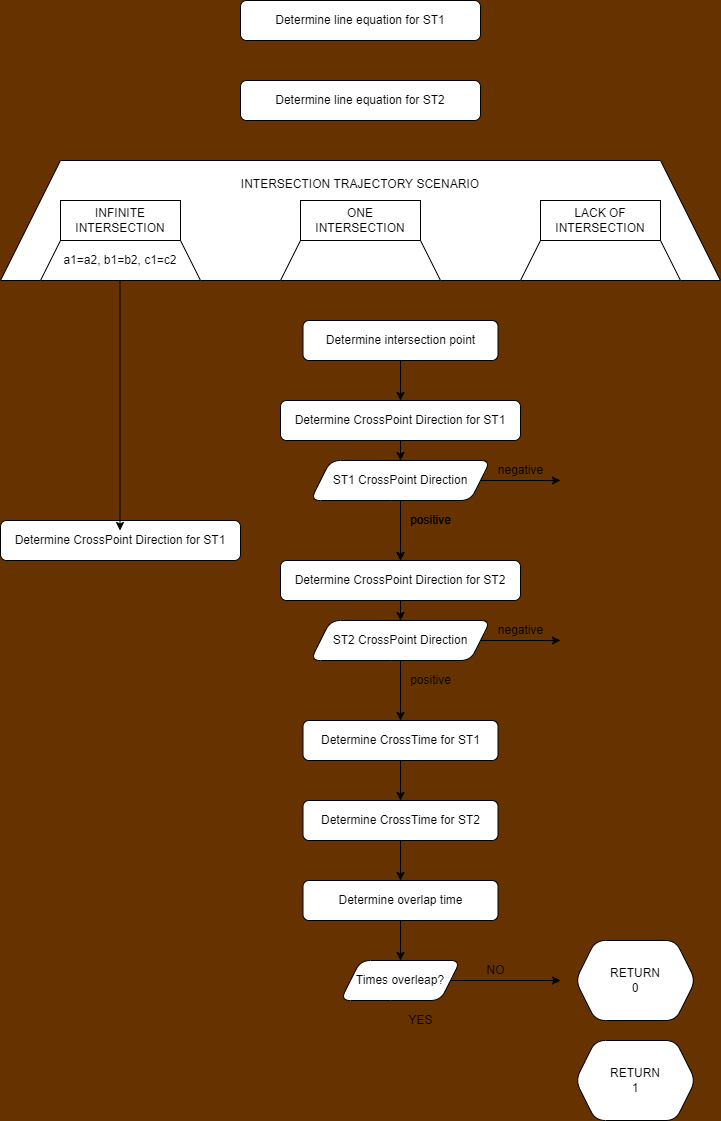
Above: test.drawio.png in bajraan/MWP3_2C1---Stonogi (draw.io), before the change. Source tidied: cells renumbered, new cells last; positions are measured from the earlier drawing's top-left corner, leaving out a move shared by most shapes.
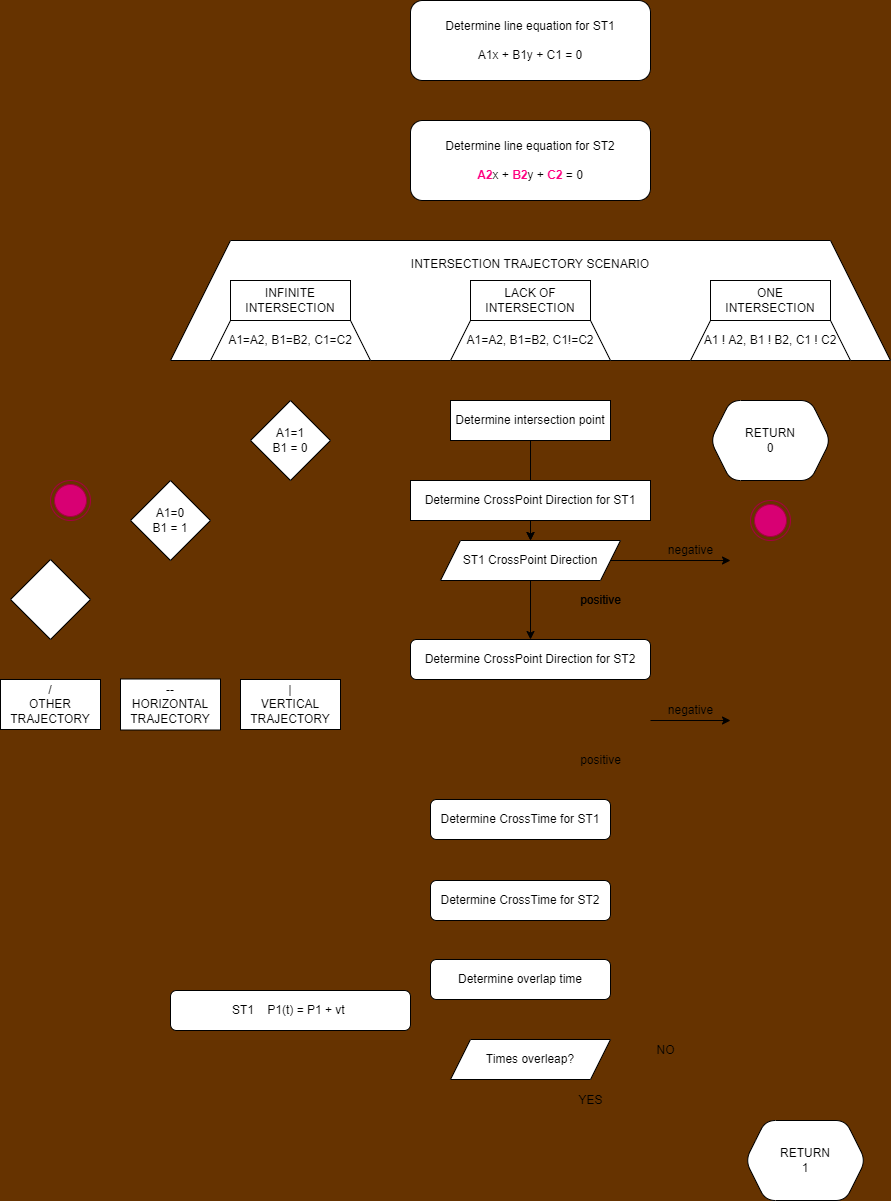
Later version of the same file.

The edit, as a diff of the source:
```diff
@@ -2,48 +2,29 @@
   <root>
     <mxCell id="0" />
     <mxCell id="1" parent="0" />
-    <mxCell id="2" value="Determine line equation for ST1" style="whiteSpace=wrap;html=1;rounded=1;" parent="1" vertex="1">
-      <mxGeometry x="240" width="240" height="40" as="geometry" />
+    <mxCell id="2" value="Determine line equation for ST1&lt;br&gt;&lt;br&gt;A1x + B1y + C1 = 0" style="whiteSpace=wrap;html=1;rounded=1;" parent="1" vertex="1">
+      <mxGeometry x="240" y="-80" width="240" height="80" as="geometry" />
     </mxCell>
-    <mxCell id="3" value="Determine line equation for ST2" style="whiteSpace=wrap;html=1;rounded=1;" parent="1" vertex="1">
-      <mxGeometry x="240" y="80" width="240" height="40" as="geometry" />
+    <mxCell id="3" value="Determine line equation for ST2&lt;br&gt;&lt;br&gt;&lt;b&gt;&lt;font color=&quot;#ff0080&quot;&gt;A2&lt;/font&gt;&lt;/b&gt;x + &lt;b&gt;&lt;font color=&quot;#ff0080&quot;&gt;B2&lt;/font&gt;&lt;/b&gt;y + &lt;b&gt;&lt;font color=&quot;#ff0080&quot;&gt;C2&lt;/font&gt;&lt;/b&gt; = 0" style="whiteSpace=wrap;html=1;rounded=1;" parent="1" vertex="1">
+      <mxGeometry x="240" y="40" width="240" height="80" as="geometry" />
     </mxCell>
-    <mxCell id="4" style="edgeStyle=none;html=1;entryX=0.5;entryY=0;entryDx=0;entryDy=0;" parent="1" edge="1" source="5" target="19">
-      <mxGeometry relative="1" as="geometry" />
-    </mxCell>
+    <mxCell id="43" style="edgeStyle=none;html=1;fontColor=#FF0080;" parent="1" edge="1" source="5" target="22">
+      <mxGeometry relative="1" as="geometry" />
+    </mxCell>
-    <mxCell id="5" value="Determine intersection point" style="whiteSpace=wrap;html=1;rounded=1;" parent="1" vertex="1">
-      <mxGeometry x="302.5" y="320" width="195" height="40" as="geometry" />
+    <mxCell id="5" value="Determine intersection point" style="whiteSpace=wrap;html=1;rounded=0;" parent="1" vertex="1">
+      <mxGeometry x="280" y="320" width="160" height="40" as="geometry" />
     </mxCell>
-    <mxCell id="6" style="edgeStyle=none;html=1;" parent="1" edge="1" source="7" target="9">
-      <mxGeometry relative="1" as="geometry" />
-    </mxCell>
     <mxCell id="7" value="Determine CrossTime for ST1" style="whiteSpace=wrap;html=1;rounded=1;" parent="1" vertex="1">
-      <mxGeometry x="302.5" y="720" width="195" height="40" as="geometry" />
+      <mxGeometry x="260" y="719" width="180" height="40" as="geometry" />
     </mxCell>
-    <mxCell id="8" style="edgeStyle=none;html=1;" parent="1" edge="1" source="9" target="10">
-      <mxGeometry relative="1" as="geometry" />
-    </mxCell>
     <mxCell id="9" value="Determine CrossTime for ST2" style="whiteSpace=wrap;html=1;rounded=1;" parent="1" vertex="1">
-      <mxGeometry x="302.5" y="800" width="195" height="40" as="geometry" />
+      <mxGeometry x="260" y="800" width="180" height="40" as="geometry" />
     </mxCell>
     <mxCell id="10" value="Determine overlap time" style="whiteSpace=wrap;html=1;rounded=1;" parent="1" vertex="1">
-      <mxGeometry x="302.5" y="880" width="195" height="40" as="geometry" />
+      <mxGeometry x="260" y="879" width="180" height="40" as="geometry" />
     </mxCell>
-    <mxCell id="11" style="edgeStyle=none;html=1;" parent="1" edge="1" target="13">
-      <mxGeometry relative="1" as="geometry">
-        <mxPoint x="400" y="920" as="sourcePoint" />
-      </mxGeometry>
-    </mxCell>
-    <mxCell id="12" style="edgeStyle=none;html=1;" parent="1" edge="1" source="13">
-      <mxGeometry relative="1" as="geometry">
-        <mxPoint x="560" y="980" as="targetPoint" />
-      </mxGeometry>
-    </mxCell>
-    <mxCell id="13" value="Times overleap?" style="shape=parallelogram;perimeter=parallelogramPerimeter;whiteSpace=wrap;html=1;fixedSize=1;rounded=1;" parent="1" vertex="1">
-      <mxGeometry x="340" y="960" width="120" height="40" as="geometry" />
-    </mxCell>
     <mxCell id="14" value="RETURN&lt;br&gt;0" style="shape=hexagon;perimeter=hexagonPerimeter2;whiteSpace=wrap;html=1;fixedSize=1;rounded=1;" parent="1" vertex="1">
-      <mxGeometry x="575" y="940" width="120" height="80" as="geometry" />
+      <mxGeometry x="540" y="320" width="120" height="80" as="geometry" />
     </mxCell>
     <mxCell id="15" value="RETURN&lt;br&gt;1" style="shape=hexagon;perimeter=hexagonPerimeter2;whiteSpace=wrap;html=1;fixedSize=1;rounded=1;" parent="1" vertex="1">
       <mxGeometry x="575" y="1040" width="120" height="80" as="geometry" />
@@ -57,8 +38,8 @@
     <mxCell id="18" style="edgeStyle=none;html=1;entryX=0.5;entryY=0;entryDx=0;entryDy=0;" parent="1" edge="1" source="19" target="22">
       <mxGeometry relative="1" as="geometry" />
     </mxCell>
-    <mxCell id="19" value="Determine CrossPoint Direction for ST1" style="whiteSpace=wrap;html=1;rounded=1;" parent="1" vertex="1">
-      <mxGeometry x="280" y="400" width="240" height="40" as="geometry" />
+    <mxCell id="19" value="Determine CrossPoint Direction for ST1" style="whiteSpace=wrap;html=1;rounded=0;fillColor=default;" parent="1" vertex="1">
+      <mxGeometry x="240" y="400" width="240" height="40" as="geometry" />
     </mxCell>
     <mxCell id="20" style="edgeStyle=none;html=1;" parent="1" edge="1" source="22">
       <mxGeometry relative="1" as="geometry">
@@ -68,17 +49,14 @@
     <mxCell id="21" style="edgeStyle=none;html=1;entryX=0.5;entryY=0;entryDx=0;entryDy=0;" parent="1" edge="1" source="22" target="24">
       <mxGeometry relative="1" as="geometry" />
     </mxCell>
-    <mxCell id="22" value="ST1 CrossPoint Direction" style="shape=parallelogram;perimeter=parallelogramPerimeter;whiteSpace=wrap;html=1;fixedSize=1;rounded=1;" parent="1" vertex="1">
-      <mxGeometry x="310" y="460" width="180" height="40" as="geometry" />
+    <mxCell id="22" value="ST1 CrossPoint Direction" style="shape=parallelogram;perimeter=parallelogramPerimeter;whiteSpace=wrap;html=1;fixedSize=1;rounded=0;" parent="1" vertex="1">
+      <mxGeometry x="270" y="460" width="180" height="40" as="geometry" />
     </mxCell>
-    <mxCell id="23" style="edgeStyle=none;html=1;entryX=0.5;entryY=0;entryDx=0;entryDy=0;" parent="1" edge="1" source="24" target="25">
-      <mxGeometry relative="1" as="geometry" />
-    </mxCell>
     <mxCell id="24" value="Determine CrossPoint Direction for ST2" style="whiteSpace=wrap;html=1;rounded=1;" parent="1" vertex="1">
-      <mxGeometry x="280" y="560" width="240" height="40" as="geometry" />
+      <mxGeometry x="240" y="559" width="240" height="40" as="geometry" />
     </mxCell>
-    <mxCell id="25" value="ST2 CrossPoint Direction" style="shape=parallelogram;perimeter=parallelogramPerimeter;whiteSpace=wrap;html=1;fixedSize=1;rounded=1;" parent="1" vertex="1">
-      <mxGeometry x="310" y="620" width="180" height="40" as="geometry" />
+    <mxCell id="25" value="Times overleap?" style="shape=parallelogram;perimeter=parallelogramPerimeter;whiteSpace=wrap;html=1;fixedSize=1;rounded=0;size=20;" parent="1" vertex="1">
+      <mxGeometry x="280" y="959" width="160" height="40" as="geometry" />
     </mxCell>
     <mxCell id="26" value="negative" style="text;html=1;align=center;verticalAlign=middle;fillColor=none;strokeColor=none;rounded=0;" parent="1" vertex="1">
       <mxGeometry x="490" y="460" width="60" height="20" as="geometry" />
@@ -89,12 +67,6 @@
     <mxCell id="28" value="positive" style="text;html=1;align=center;verticalAlign=middle;fillColor=none;strokeColor=none;rounded=0;" parent="1" vertex="1">
       <mxGeometry x="400" y="510" width="60" height="20" as="geometry" />
     </mxCell>
-    <mxCell id="29" style="edgeStyle=none;html=1;entryX=0.5;entryY=0;entryDx=0;entryDy=0;" parent="1" edge="1">
-      <mxGeometry relative="1" as="geometry">
-        <mxPoint x="400" y="500" as="sourcePoint" />
-        <mxPoint x="400" y="560" as="targetPoint" />
-      </mxGeometry>
-    </mxCell>
     <mxCell id="30" style="edgeStyle=none;html=1;" parent="1" edge="1">
       <mxGeometry relative="1" as="geometry">
         <mxPoint x="480" y="640" as="sourcePoint" />
@@ -107,41 +79,53 @@
     <mxCell id="32" value="positive" style="text;html=1;align=center;verticalAlign=middle;fillColor=none;strokeColor=none;rounded=0;" parent="1" vertex="1">
       <mxGeometry x="400" y="670" width="60" height="20" as="geometry" />
     </mxCell>
-    <mxCell id="33" style="edgeStyle=none;html=1;entryX=0.5;entryY=0;entryDx=0;entryDy=0;" parent="1" edge="1">
-      <mxGeometry relative="1" as="geometry">
-        <mxPoint x="400" y="660" as="sourcePoint" />
-        <mxPoint x="400" y="720" as="targetPoint" />
-      </mxGeometry>
-    </mxCell>
     <mxCell id="34" value="INTERSECTION TRAJECTORY SCENARIO&lt;br&gt;&lt;br&gt;&lt;br&gt;&lt;br&gt;&lt;br&gt;&lt;br&gt;" style="shape=trapezoid;perimeter=trapezoidPerimeter;whiteSpace=wrap;html=1;fixedSize=1;size=60;" parent="1" vertex="1">
       <mxGeometry y="160" width="720" height="120" as="geometry" />
     </mxCell>
-    <mxCell id="35" value="Determine CrossPoint Direction for ST1" style="whiteSpace=wrap;html=1;rounded=1;" parent="1" vertex="1">
-      <mxGeometry y="520" width="240" height="40" as="geometry" />
-    </mxCell>
-    <mxCell id="36" value="a1=a2, b1=b2, c1=c2" style="shape=trapezoid;perimeter=trapezoidPerimeter;whiteSpace=wrap;html=1;fixedSize=1;" parent="1" vertex="1">
+    <mxCell id="36" value="A1=A2, B1=B2, C1=C2" style="shape=trapezoid;perimeter=trapezoidPerimeter;whiteSpace=wrap;html=1;fixedSize=1;" parent="1" vertex="1">
       <mxGeometry x="40" y="240" width="160" height="40" as="geometry" />
     </mxCell>
-    <mxCell id="37" style="shape=trapezoid;perimeter=trapezoidPerimeter;whiteSpace=wrap;html=1;fixedSize=1;" parent="1" vertex="1">
+    <mxCell id="37" value="&lt;span&gt;A1=A2, B1=B2, C1!=C2&lt;/span&gt;" style="shape=trapezoid;perimeter=trapezoidPerimeter;whiteSpace=wrap;html=1;fixedSize=1;" parent="1" vertex="1">
       <mxGeometry x="280" y="240" width="160" height="40" as="geometry" />
     </mxCell>
-    <mxCell id="38" style="shape=trapezoid;perimeter=trapezoidPerimeter;whiteSpace=wrap;html=1;fixedSize=1;" parent="1" vertex="1">
+    <mxCell id="38" value="&lt;span&gt;A1 ! A2, B1 ! B2, C1 ! C2&lt;/span&gt;" style="shape=trapezoid;perimeter=trapezoidPerimeter;whiteSpace=wrap;html=1;fixedSize=1;" parent="1" vertex="1">
       <mxGeometry x="520" y="240" width="160" height="40" as="geometry" />
     </mxCell>
     <mxCell id="39" value="INFINITE INTERSECTION" style="rounded=0;whiteSpace=wrap;html=1;" parent="1" vertex="1">
       <mxGeometry x="60" y="200" width="120" height="40" as="geometry" />
     </mxCell>
     <mxCell id="40" value="ONE INTERSECTION" style="rounded=0;whiteSpace=wrap;html=1;" parent="1" vertex="1">
-      <mxGeometry x="300" y="200" width="120" height="40" as="geometry" />
+      <mxGeometry x="540" y="200" width="120" height="40" as="geometry" />
     </mxCell>
     <mxCell id="41" value="LACK OF INTERSECTION" style="rounded=0;whiteSpace=wrap;html=1;" parent="1" vertex="1">
-      <mxGeometry x="540" y="200" width="120" height="40" as="geometry" />
+      <mxGeometry x="300" y="200" width="120" height="40" as="geometry" />
     </mxCell>
-    <mxCell id="42" style="edgeStyle=none;html=1;exitX=0.75;exitY=1;exitDx=0;exitDy=0;" parent="1" edge="1">
-      <mxGeometry relative="1" as="geometry">
-        <mxPoint x="119.5" y="280" as="sourcePoint" />
-        <mxPoint x="119.5" y="530" as="targetPoint" />
-      </mxGeometry>
-    </mxCell>
+    <mxCell id="35" value="ST1&amp;nbsp; &amp;nbsp; P1(t) = P1 + vt&amp;nbsp;" style="whiteSpace=wrap;html=1;rounded=1;" parent="1" vertex="1">
+      <mxGeometry y="910" width="240" height="40" as="geometry" />
+    </mxCell>
+    <mxCell id="44" value="|&lt;br&gt;VERTICAL TRAJECTORY" style="shape=rectangular;perimeter=hexagonPerimeter2;whiteSpace=wrap;html=1;fixedSize=1;" parent="1" vertex="1">
+      <mxGeometry x="70" y="599" width="100" height="50" as="geometry" />
+    </mxCell>
+    <mxCell id="45" value="--&lt;br&gt;HORIZONTAL TRAJECTORY" style="shape=rectangular;perimeter=hexagonPerimeter2;whiteSpace=wrap;html=1;fixedSize=1;" parent="1" vertex="1">
+      <mxGeometry x="-50" y="598.5" width="100" height="51" as="geometry" />
+    </mxCell>
+    <mxCell id="46" value="/&lt;br&gt;OTHER TRAJECTORY" style="shape=rectangular;perimeter=hexagonPerimeter2;whiteSpace=wrap;html=1;fixedSize=1;" parent="1" vertex="1">
+      <mxGeometry x="-170" y="599" width="100" height="50" as="geometry" />
+    </mxCell>
+    <mxCell id="47" value="A1=1&lt;br&gt;B1 = 0&lt;br&gt;" style="rhombus;whiteSpace=wrap;html=1;" parent="1" vertex="1">
+      <mxGeometry x="80" y="320" width="80" height="80" as="geometry" />
+    </mxCell>
+    <mxCell id="48" value="&lt;span&gt;A1=0&lt;/span&gt;&lt;br&gt;&lt;span&gt;B1 = 1&lt;/span&gt;" style="rhombus;whiteSpace=wrap;html=1;" parent="1" vertex="1">
+      <mxGeometry x="-40" y="400" width="80" height="80" as="geometry" />
+    </mxCell>
+    <mxCell id="49" style="rhombus;whiteSpace=wrap;html=1;" parent="1" vertex="1">
+      <mxGeometry x="-160" y="479" width="80" height="80" as="geometry" />
+    </mxCell>
+    <mxCell id="50" style="ellipse;html=1;shape=endState;fillColor=#d80073;strokeColor=#A50040;fontColor=#ffffff;" parent="1" vertex="1">
+      <mxGeometry x="-120" y="400" width="40" height="40" as="geometry" />
+    </mxCell>
+    <mxCell id="51" style="ellipse;html=1;shape=endState;fillColor=#d80073;strokeColor=#A50040;fontColor=#ffffff;" parent="1" vertex="1">
+      <mxGeometry x="580" y="420" width="40" height="40" as="geometry" />
+    </mxCell>
   </root>
 </mxGraphModel>
```
